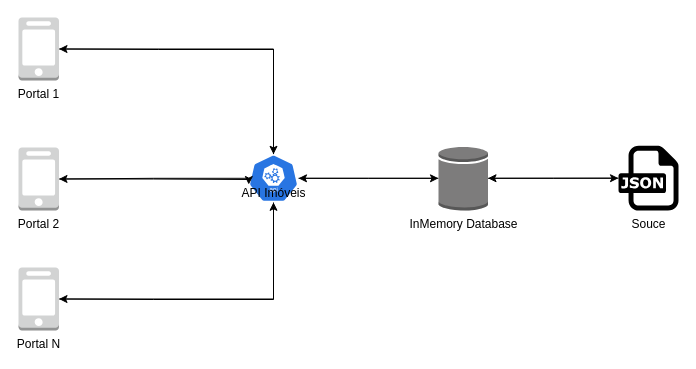
Earlier version of the draw.io diagram challenge_Diagram.drawio (danielisb/API-ASP.NET-Core). Source tidied: cells renumbered, new cells numbered last; positions are measured from the earlier drawing's top-left corner, leaving out a move shared by most shapes. Both pictures are drawn from the tidied source at 100%, with x=0, y=0 at pixel (18, 17).
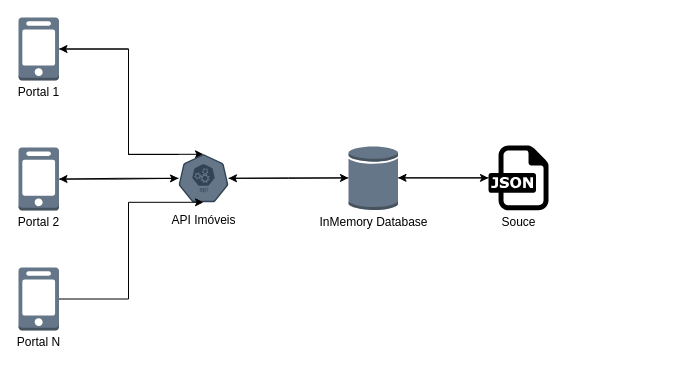
After the change.

What changed in the source:
```diff
@@
     <mxCell id="2" style="edgeStyle=orthogonalEdgeStyle;rounded=0;jettySize=auto;html=1;exitX=1;exitY=0.5;exitDx=0;exitDy=0;exitPerimeter=0;entryX=0.5;entryY=0;entryDx=0;entryDy=0;entryPerimeter=0;verticalAlign=bottom;" parent="1" edge="1" source="3" target="8">
-      <mxGeometry relative="1" as="geometry" />
+      <mxGeometry relative="1" as="geometry">
+        <Array as="points">
+          <mxPoint x="110" y="32" />
+          <mxPoint x="110" y="137" />
+        </Array>
+      </mxGeometry>
     </mxCell>
-    <mxCell id="3" value="Portal 1" style="outlineConnect=0;dashed=0;verticalLabelPosition=bottom;verticalAlign=top;align=center;html=1;shape=mxgraph.aws3.mobile_client;fillColor=#D2D3D3;gradientColor=none;" parent="1" vertex="1">
+    <mxCell id="3" value="Portal 1" style="outlineConnect=0;dashed=0;verticalLabelPosition=bottom;verticalAlign=top;align=center;html=1;shape=mxgraph.aws3.mobile_client;fillColor=#647687;strokeColor=#314354;spacing=0;" parent="1" vertex="1">
       <mxGeometry width="40.5" height="63" as="geometry" />
     </mxCell>
+    <mxCell id="7" style="edgeStyle=orthogonalEdgeStyle;rounded=0;jettySize=auto;html=1;verticalAlign=bottom;" parent="1" edge="1" source="8" target="15">
+      <mxGeometry relative="1" as="geometry" />
+    </mxCell>
+    <mxCell id="5" style="edgeStyle=orthogonalEdgeStyle;rounded=0;jettySize=auto;html=1;entryX=1;entryY=0.5;entryDx=0;entryDy=0;entryPerimeter=0;fontColor=#000000;" parent="1" edge="1" source="8" target="10">
+      <mxGeometry relative="1" as="geometry" />
+    </mxCell>
-    <mxCell id="4" style="edgeStyle=orthogonalEdgeStyle;rounded=0;jettySize=auto;html=1;entryX=1;entryY=0.5;entryDx=0;entryDy=0;entryPerimeter=0;verticalAlign=bottom;" parent="1" edge="1" source="8" target="3">
+    <mxCell id="4" style="edgeStyle=orthogonalEdgeStyle;rounded=0;jettySize=auto;html=1;entryX=1;entryY=0.5;entryDx=0;entryDy=0;entryPerimeter=0;fontColor=#000000;" parent="1" edge="1" source="8" target="3">
       <mxGeometry relative="1" as="geometry">
         <Array as="points">
-          <mxPoint x="255" y="32" />
-          <mxPoint x="140" y="32" />
+          <mxPoint x="110" y="137" />
+          <mxPoint x="110" y="32" />
         </Array>
       </mxGeometry>
     </mxCell>
-    <mxCell id="5" style="edgeStyle=orthogonalEdgeStyle;rounded=0;jettySize=auto;html=1;entryX=1;entryY=0.5;entryDx=0;entryDy=0;entryPerimeter=0;verticalAlign=bottom;" parent="1" edge="1" source="8" target="10">
-      <mxGeometry relative="1" as="geometry" />
-    </mxCell>
-    <mxCell id="6" style="edgeStyle=orthogonalEdgeStyle;rounded=0;jettySize=auto;html=1;entryX=1;entryY=0.5;entryDx=0;entryDy=0;entryPerimeter=0;verticalAlign=bottom;" parent="1" edge="1" source="8" target="12">
-      <mxGeometry relative="1" as="geometry">
-        <Array as="points">
-          <mxPoint x="255" y="282" />
-          <mxPoint x="135" y="282" />
-        </Array>
-      </mxGeometry>
-    </mxCell>
-    <mxCell id="7" style="edgeStyle=orthogonalEdgeStyle;rounded=0;jettySize=auto;html=1;verticalAlign=bottom;" parent="1" edge="1" source="8" target="15">
-      <mxGeometry relative="1" as="geometry" />
-    </mxCell>
-    <mxCell id="8" value="API Imóveis" style="html=1;dashed=0;whitespace=wrap;fillColor=#2875E2;strokeColor=#ffffff;points=[[0.005,0.63,0],[0.1,0.2,0],[0.9,0.2,0],[0.5,0,0],[0.995,0.63,0],[0.72,0.99,0],[0.5,1,0],[0.28,0.99,0]];shape=mxgraph.kubernetes.icon;prIcon=api;verticalAlign=bottom;" parent="1" vertex="1">
-      <mxGeometry x="230" y="136.8" width="50" height="48" as="geometry" />
+    <mxCell id="8" value="API Imóveis" style="html=1;dashed=0;whitespace=wrap;fillColor=#647687;strokeColor=#314354;points=[[0.005,0.63,0],[0.1,0.2,0],[0.9,0.2,0],[0.5,0,0],[0.995,0.63,0],[0.72,0.99,0],[0.5,1,0],[0.28,0.99,0]];shape=mxgraph.kubernetes.icon;prIcon=api;verticalAlign=bottom;spacing=-25;" parent="1" vertex="1">
+      <mxGeometry x="160" y="136.8" width="50" height="48" as="geometry" />
     </mxCell>
-    <mxCell id="9" style="edgeStyle=orthogonalEdgeStyle;rounded=0;jettySize=auto;html=1;entryX=0.005;entryY=0.63;entryDx=0;entryDy=0;entryPerimeter=0;verticalAlign=bottom;" parent="1" edge="1" source="10" target="8">
-      <mxGeometry relative="1" as="geometry">
-        <Array as="points">
-          <mxPoint x="135" y="162" />
-          <mxPoint x="230" y="162" />
-        </Array>
-      </mxGeometry>
+    <mxCell id="9" style="edgeStyle=orthogonalEdgeStyle;rounded=0;jettySize=auto;html=1;fontColor=#000000;" parent="1" edge="1" source="10" target="8">
+      <mxGeometry relative="1" as="geometry" />
     </mxCell>
-    <mxCell id="10" value="Portal 2" style="outlineConnect=0;dashed=0;verticalLabelPosition=bottom;verticalAlign=top;align=center;html=1;shape=mxgraph.aws3.mobile_client;fillColor=#D2D3D3;gradientColor=none;" parent="1" vertex="1">
-      <mxGeometry y="130" width="40.5" height="63" as="geometry" />
+    <mxCell id="10" value="Portal 2" style="outlineConnect=0;dashed=0;verticalLabelPosition=bottom;verticalAlign=top;align=center;html=1;shape=mxgraph.aws3.mobile_client;fillColor=#647687;strokeColor=#314354;spacing=0;" parent="1" vertex="1">
+      <mxGeometry y="130.1" width="40.5" height="63" as="geometry" />
     </mxCell>
     <mxCell id="11" style="edgeStyle=orthogonalEdgeStyle;rounded=0;jettySize=auto;html=1;entryX=0.5;entryY=1;entryDx=0;entryDy=0;entryPerimeter=0;verticalAlign=bottom;" parent="1" edge="1" source="12" target="8">
-      <mxGeometry relative="1" as="geometry" />
+      <mxGeometry relative="1" as="geometry">
+        <Array as="points">
+          <mxPoint x="110" y="282" />
+          <mxPoint x="110" y="185" />
+        </Array>
+      </mxGeometry>
     </mxCell>
-    <mxCell id="12" value="Portal N" style="outlineConnect=0;dashed=0;verticalLabelPosition=bottom;verticalAlign=top;align=center;html=1;shape=mxgraph.aws3.mobile_client;fillColor=#D2D3D3;gradientColor=none;" parent="1" vertex="1">
+    <mxCell id="12" value="Portal N" style="outlineConnect=0;dashed=0;verticalLabelPosition=bottom;verticalAlign=top;align=center;html=1;shape=mxgraph.aws3.mobile_client;fillColor=#647687;strokeColor=#314354;spacing=0;" parent="1" vertex="1">
       <mxGeometry y="250" width="40.5" height="63" as="geometry" />
     </mxCell>
@@
-    <mxCell id="15" value="InMemory Database" style="outlineConnect=0;dashed=0;verticalLabelPosition=bottom;verticalAlign=top;align=center;html=1;shape=mxgraph.aws3.generic_database;fillColor=#7D7C7C;gradientColor=none;" parent="1" vertex="1">
-      <mxGeometry x="420" y="128.5" width="49.5" height="64.5" as="geometry" />
+    <mxCell id="15" value="InMemory Database" style="outlineConnect=0;dashed=0;verticalLabelPosition=bottom;verticalAlign=top;align=center;html=1;shape=mxgraph.aws3.generic_database;fillColor=#647687;strokeColor=#314354;spacing=0;" parent="1" vertex="1">
+      <mxGeometry x="330" y="128.1" width="49.5" height="64.5" as="geometry" />
     </mxCell>
@@
-    <mxCell id="17" value="Souce" style="dashed=0;outlineConnect=0;html=1;align=center;labelPosition=center;verticalLabelPosition=bottom;verticalAlign=top;shape=mxgraph.weblogos.json;" parent="1" vertex="1">
-      <mxGeometry x="600" y="128.3" width="60" height="64.8" as="geometry" />
+    <mxCell id="17" value="Souce" style="dashed=0;outlineConnect=0;html=1;align=center;labelPosition=center;verticalLabelPosition=bottom;verticalAlign=top;shape=mxgraph.weblogos.json;fillColor=#647687;strokeColor=#314354;spacing=0;" parent="1" vertex="1">
+      <mxGeometry x="470" y="128" width="60" height="64.8" as="geometry" />
     </mxCell>
```
